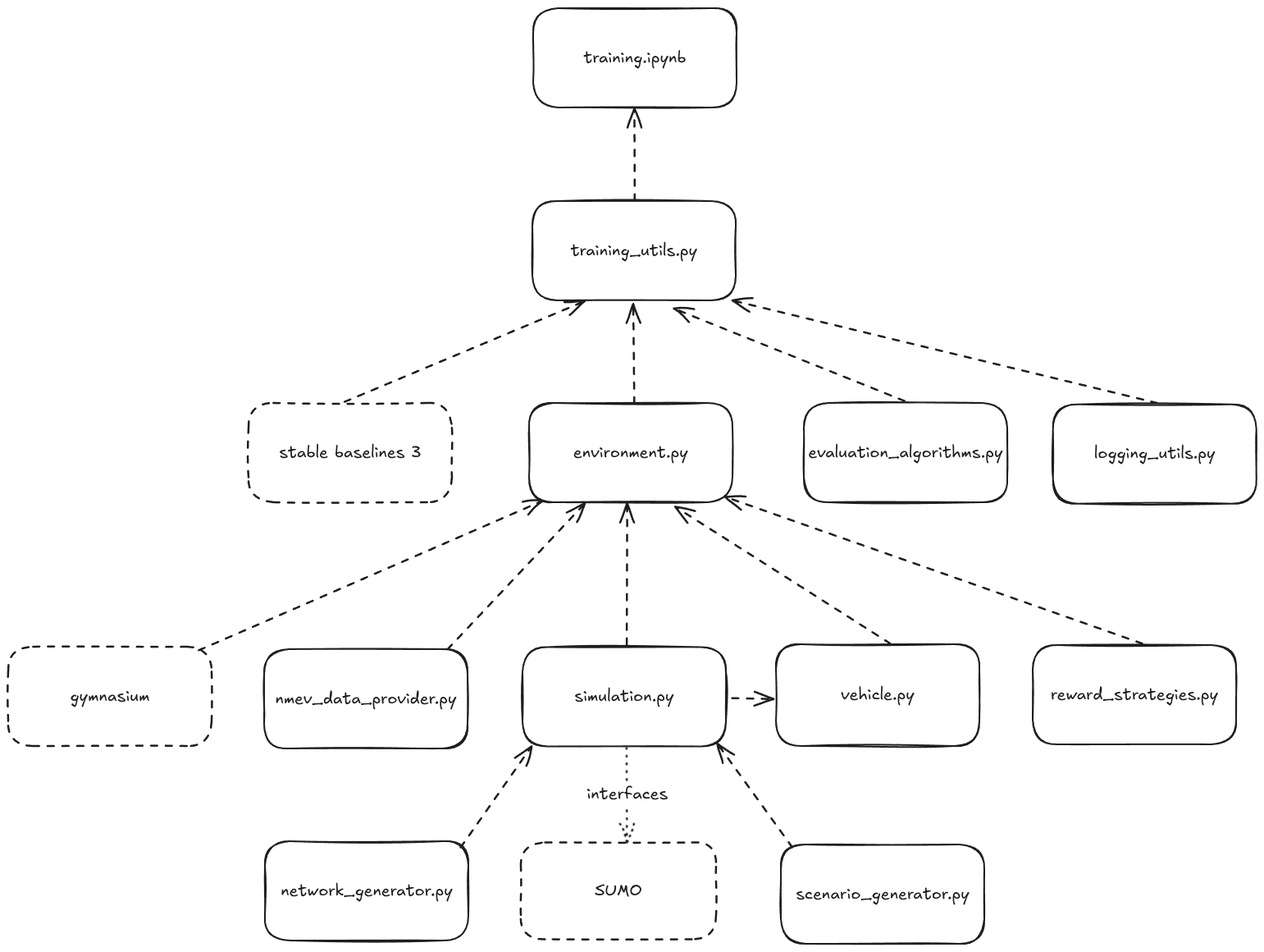
The Excalidraw diagram docs/figures/architecture.excalidraw.png in jonasspeiser/evcsr-rl-prototype, before a commit. Source tidied: one line per element, renumbered; positions are measured from the earlier drawing's top-left corner, leaving out a move shared by most shapes.
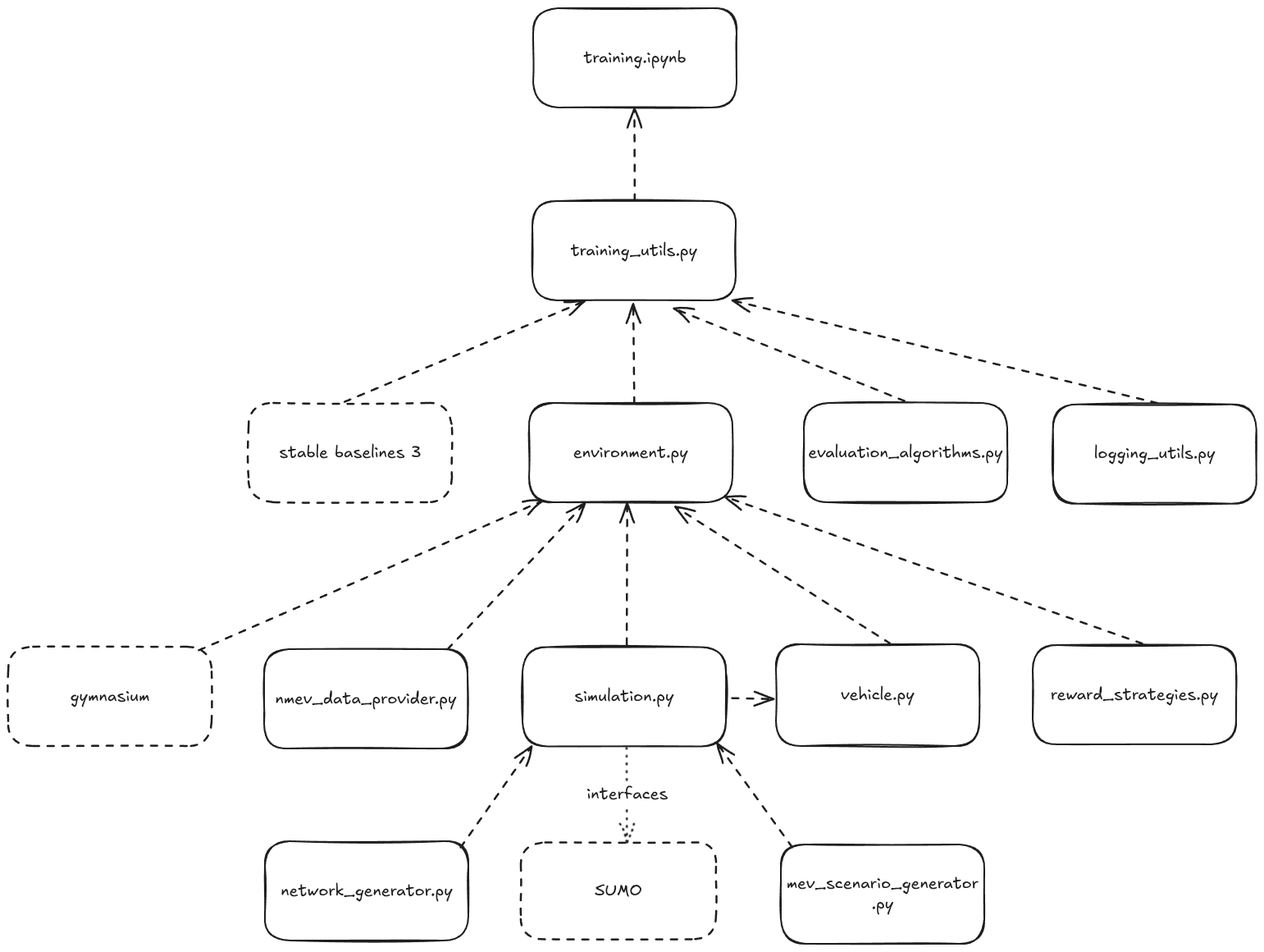
After the commit.

Commit message:
Refactor: rename scenario_generator to mev_scenario_generator

Diff of the diagram source:
```diff
@@ -19,7 +19,7 @@
 {"id": 18, "type": "rectangle", "strokeColor": "#1e1e1e", "strokeWidth": 2, "roughness": 1, "round": true, "x": 936, "y": 775, "width": 248, "height": 124}
 {"id": 19, "type": "text", "text": "vehicle.py", "strokeColor": "#1e1e1e", "strokeWidth": 2, "roughness": 1, "fontSize": 20, "fontFamily": 5, "textAlign": "center", "verticalAlign": "middle", "inside": 18, "x": 1015, "y": 824, "width": 90, "height": 25}
 {"id": 20, "type": "rectangle", "strokeColor": "#1e1e1e", "strokeWidth": 2, "roughness": 1, "round": true, "x": 942, "y": 1019, "width": 248, "height": 121}
-{"id": 21, "type": "text", "text": "scenario_generator.py", "strokeColor": "#1e1e1e", "strokeWidth": 2, "roughness": 1, "fontSize": 20, "fontFamily": 5, "textAlign": "center", "verticalAlign": "middle", "inside": 20, "x": 960, "y": 1067, "width": 212, "height": 25}
+{"id": 21, "type": "text", "text": "mev_scenario_generator\n.py", "strokeColor": "#1e1e1e", "strokeWidth": 2, "roughness": 1, "fontSize": 20, "fontFamily": 5, "textAlign": "center", "verticalAlign": "middle", "inside": 20, "x": 949, "y": 1054, "width": 234, "height": 50}
 {"id": 22, "type": "rectangle", "strokeColor": "#1e1e1e", "strokeWidth": 2, "roughness": 1, "round": true, "x": 312, "y": 781, "width": 248, "height": 121}
 {"id": 23, "type": "text", "text": "nmev_data_provider.py", "strokeColor": "#1e1e1e", "strokeWidth": 2, "roughness": 1, "fontSize": 20, "fontFamily": 5, "textAlign": "center", "verticalAlign": "middle", "inside": 22, "x": 325, "y": 829, "width": 221, "height": 25}
 {"id": 24, "type": "rectangle", "strokeColor": "#1e1e1e", "strokeWidth": 2, "roughness": 1, "round": true, "x": 970, "y": 481, "width": 248, "height": 121}
```
